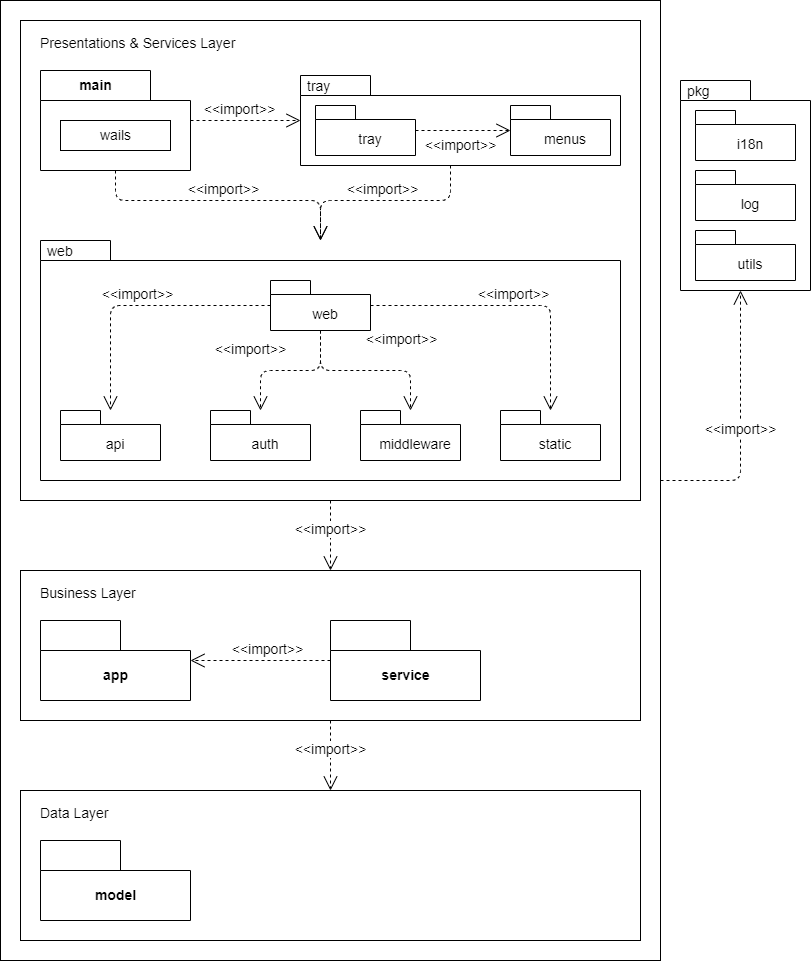
Above: diagrams/package.png in jinyaoMa/my-app (draw.io), before the change. Source tidied: cells renumbered, new cells last; positions are measured from the earlier drawing's top-left corner, leaving out a move shared by most shapes.
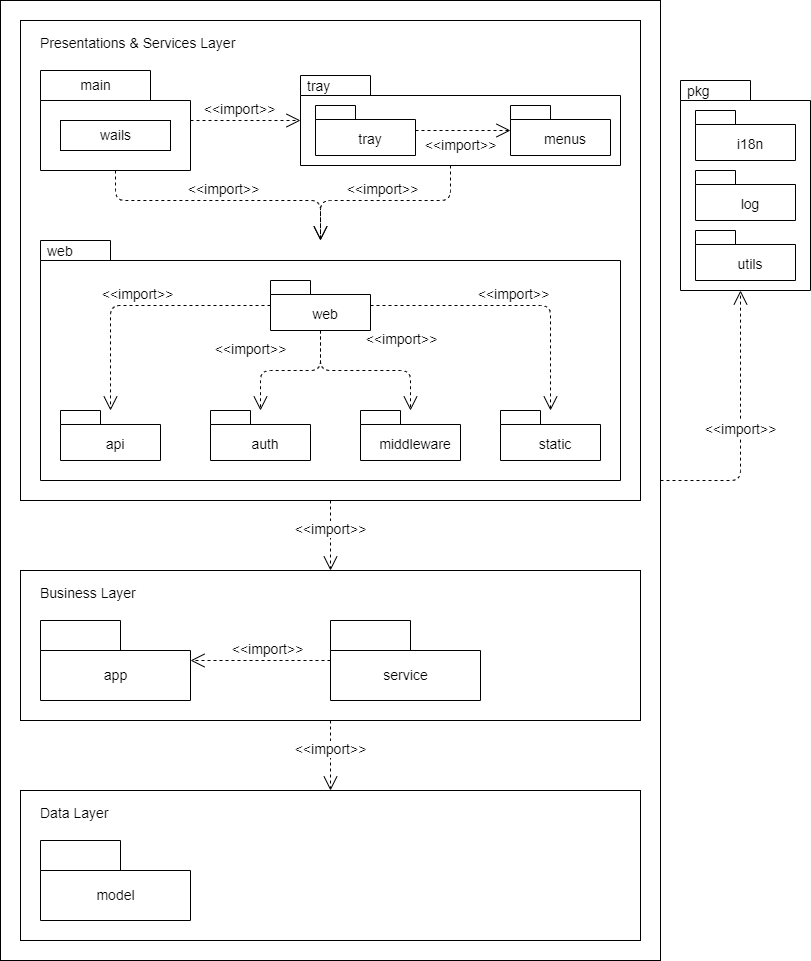
After the commit.

Diff of the diagram source:
```diff
@@ -90,13 +90,13 @@
     <mxCell id="26" style="rounded=0;whiteSpace=wrap;html=1;fontSize=14;" parent="1" vertex="1">
       <mxGeometry x="20" y="790" width="620" height="150" as="geometry" />
     </mxCell>
-    <mxCell id="27" value="model" style="shape=folder;fontStyle=1;tabWidth=80;tabHeight=30;tabPosition=left;html=1;boundedLbl=1;fontSize=14;" parent="1" vertex="1">
+    <mxCell id="27" value="&lt;span style=&quot;font-weight: normal&quot;&gt;model&lt;/span&gt;" style="shape=folder;fontStyle=1;tabWidth=80;tabHeight=30;tabPosition=left;html=1;boundedLbl=1;fontSize=14;" parent="1" vertex="1">
       <mxGeometry x="40" y="840" width="150" height="80" as="geometry" />
     </mxCell>
     <mxCell id="28" style="rounded=0;whiteSpace=wrap;html=1;fontSize=14;" parent="1" vertex="1">
       <mxGeometry x="20" y="570" width="620" height="150" as="geometry" />
     </mxCell>
-    <mxCell id="29" value="app" style="shape=folder;fontStyle=1;tabWidth=80;tabHeight=30;tabPosition=left;html=1;boundedLbl=1;fontSize=14;" parent="1" vertex="1">
+    <mxCell id="29" value="&lt;span style=&quot;font-weight: normal&quot;&gt;app&lt;/span&gt;" style="shape=folder;fontStyle=1;tabWidth=80;tabHeight=30;tabPosition=left;html=1;boundedLbl=1;fontSize=14;" parent="1" vertex="1">
       <mxGeometry x="40" y="620" width="150" height="80" as="geometry" />
     </mxCell>
     <mxCell id="30" value="Data Layer" style="text;html=1;strokeColor=none;fillColor=none;align=left;verticalAlign=top;whiteSpace=wrap;rounded=0;spacing=0;fontSize=14;" parent="1" vertex="1">
@@ -119,7 +119,7 @@
         </Array>
       </mxGeometry>
     </mxCell>
-    <mxCell id="35" value="main" style="shape=folder;fontStyle=1;tabWidth=110;tabHeight=30;tabPosition=left;html=1;boundedLbl=1;labelInHeader=1;fontSize=14;" parent="1" vertex="1">
+    <mxCell id="35" value="&lt;span style=&quot;font-weight: normal&quot;&gt;main&lt;/span&gt;" style="shape=folder;fontStyle=1;tabWidth=110;tabHeight=30;tabPosition=left;html=1;boundedLbl=1;labelInHeader=1;fontSize=14;" parent="1" vertex="1">
       <mxGeometry x="40" y="70" width="150" height="100" as="geometry" />
     </mxCell>
     <mxCell id="36" value="wails" style="html=1;fontSize=14;" parent="35" vertex="1">
@@ -127,7 +127,7 @@
         <mxPoint x="20" y="50" as="offset" />
       </mxGeometry>
     </mxCell>
-    <mxCell id="37" value="service" style="shape=folder;fontStyle=1;tabWidth=80;tabHeight=30;tabPosition=left;html=1;boundedLbl=1;fontSize=14;" parent="1" vertex="1">
+    <mxCell id="37" value="&lt;span style=&quot;font-weight: normal&quot;&gt;service&lt;/span&gt;" style="shape=folder;fontStyle=1;tabWidth=80;tabHeight=30;tabPosition=left;html=1;boundedLbl=1;fontSize=14;" parent="1" vertex="1">
       <mxGeometry x="330" y="620" width="150" height="80" as="geometry" />
     </mxCell>
     <mxCell id="38" value="&amp;lt;&amp;lt;import&amp;gt;&amp;gt;" style="html=1;endArrow=open;endSize=12;dashed=1;verticalAlign=bottom;jumpStyle=none;fontSize=14;" parent="1" edge="1" source="37" target="29">
```
